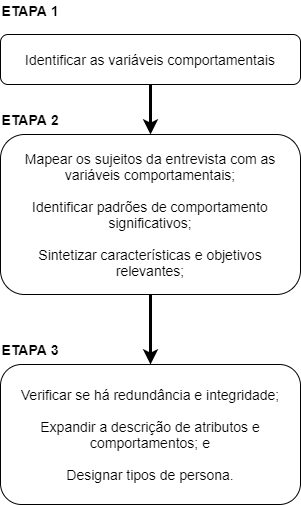
Before: figuras/metodologia/construct_persona.png, a diagram exported from draw.io (Mateusas3s/TCC2_Personas). Source tidied: cells renumbered, new cells last; positions are measured from the earlier drawing's top-left corner, leaving out a move shared by most shapes.
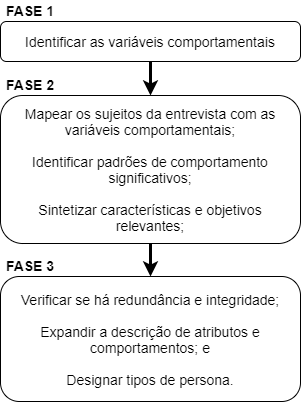
The same diagram one commit later.

What changed in the source:
```diff
@@ -6,25 +6,25 @@
       <mxGeometry relative="1" as="geometry" />
     </mxCell>
     <mxCell id="3" value="&lt;font style=&quot;font-size: 14px&quot;&gt;Identificar as variáveis comportamentais&lt;/font&gt;" style="rounded=1;whiteSpace=wrap;html=1;spacing=12;align=center;" parent="1" vertex="1">
-      <mxGeometry y="34" width="300" height="50" as="geometry" />
+      <mxGeometry y="34" width="300" height="40" as="geometry" />
     </mxCell>
     <mxCell id="4" style="edgeStyle=orthogonalEdgeStyle;rounded=0;jettySize=auto;html=1;entryX=0.5;entryY=0;entryDx=0;entryDy=0;strokeWidth=3;" parent="1" edge="1" source="5" target="7">
       <mxGeometry relative="1" as="geometry" />
     </mxCell>
     <mxCell id="5" value="&lt;div style=&quot;font-size: 14px&quot;&gt;&lt;font style=&quot;font-size: 14px&quot;&gt;Mapear os sujeitos da entrevista com as variáveis comportamentais;&lt;/font&gt;&lt;/div&gt;&lt;div style=&quot;font-size: 14px&quot;&gt;&lt;font style=&quot;font-size: 14px&quot;&gt;&lt;br&gt;&lt;/font&gt;&lt;/div&gt;&lt;div style=&quot;font-size: 14px&quot;&gt;&lt;span&gt;&lt;font style=&quot;font-size: 14px&quot;&gt;Identificar padrões de comportamento significativos;&lt;/font&gt;&lt;/span&gt;&lt;/div&gt;&lt;div style=&quot;font-size: 14px&quot;&gt;&lt;font style=&quot;font-size: 14px&quot;&gt;&lt;br&gt;&lt;/font&gt;&lt;/div&gt;&lt;div style=&quot;font-size: 14px&quot;&gt;&lt;font style=&quot;font-size: 14px&quot;&gt;Sintetizar características e objetivos relevantes;&lt;/font&gt;&lt;/div&gt;" style="rounded=1;whiteSpace=wrap;html=1;spacing=12;align=center;" parent="1" vertex="1">
-      <mxGeometry y="134" width="300" height="160" as="geometry" />
+      <mxGeometry y="108" width="300" height="148" as="geometry" />
     </mxCell>
-    <mxCell id="6" value="&lt;b&gt;&lt;font style=&quot;font-size: 14px&quot;&gt;ETAPA 1&lt;/font&gt;&lt;/b&gt;" style="text;html=1;strokeColor=none;fillColor=none;align=center;verticalAlign=middle;whiteSpace=wrap;rounded=0;" parent="1" vertex="1">
-      <mxGeometry width="60" height="20" as="geometry" />
+    <mxCell id="6" value="&lt;span style=&quot;font-size: 14px;&quot;&gt;&lt;font style=&quot;font-size: 14px;&quot;&gt;FASE 1&lt;/font&gt;&lt;/span&gt;" style="text;html=1;strokeColor=none;fillColor=none;align=center;verticalAlign=middle;whiteSpace=wrap;rounded=0;fontSize=14;fontStyle=1;" parent="1" vertex="1">
+      <mxGeometry y="13" width="60" height="20" as="geometry" />
     </mxCell>
     <mxCell id="7" value="&lt;div style=&quot;font-size: 14px&quot;&gt;&lt;div&gt;Verificar se há redundância e integridade;&lt;/div&gt;&lt;div&gt;&lt;br&gt;&lt;/div&gt;&lt;div&gt;Expandir a descrição de atributos e comportamentos; e&lt;/div&gt;&lt;div&gt;&lt;span&gt;&lt;br&gt;&lt;/span&gt;&lt;/div&gt;&lt;div&gt;&lt;span&gt;Designar tipos de persona.&lt;/span&gt;&lt;br&gt;&lt;/div&gt;&lt;/div&gt;" style="rounded=1;whiteSpace=wrap;html=1;spacing=12;" parent="1" vertex="1">
-      <mxGeometry y="364" width="300" height="140" as="geometry" />
+      <mxGeometry y="289" width="300" height="125" as="geometry" />
     </mxCell>
-    <mxCell id="8" value="&lt;b&gt;&lt;font style=&quot;font-size: 14px&quot;&gt;ETAPA 2&lt;/font&gt;&lt;/b&gt;" style="text;html=1;strokeColor=none;fillColor=none;align=center;verticalAlign=middle;whiteSpace=wrap;rounded=0;" parent="1" vertex="1">
-      <mxGeometry y="109" width="60" height="20" as="geometry" />
+    <mxCell id="8" value="&lt;span style=&quot;font-size: 14px;&quot;&gt;&lt;font style=&quot;font-size: 14px;&quot;&gt;FASE 2&lt;/font&gt;&lt;/span&gt;" style="text;html=1;strokeColor=none;fillColor=none;align=center;verticalAlign=middle;whiteSpace=wrap;rounded=0;fontSize=14;fontStyle=1;" parent="1" vertex="1">
+      <mxGeometry y="87" width="60" height="20" as="geometry" />
     </mxCell>
-    <mxCell id="9" value="&lt;b&gt;&lt;font style=&quot;font-size: 14px&quot;&gt;ETAPA 3&lt;/font&gt;&lt;/b&gt;" style="text;html=1;strokeColor=none;fillColor=none;align=center;verticalAlign=middle;whiteSpace=wrap;rounded=0;" parent="1" vertex="1">
-      <mxGeometry y="339" width="60" height="20" as="geometry" />
+    <mxCell id="9" value="&lt;span style=&quot;font-size: 14px;&quot;&gt;&lt;font style=&quot;font-size: 14px;&quot;&gt;FASE 3&lt;/font&gt;&lt;/span&gt;" style="text;html=1;strokeColor=none;fillColor=none;align=center;verticalAlign=middle;whiteSpace=wrap;rounded=0;fontSize=14;fontStyle=1;" parent="1" vertex="1">
+      <mxGeometry y="268" width="60" height="20" as="geometry" />
     </mxCell>
   </root>
 </mxGraphModel>
```
